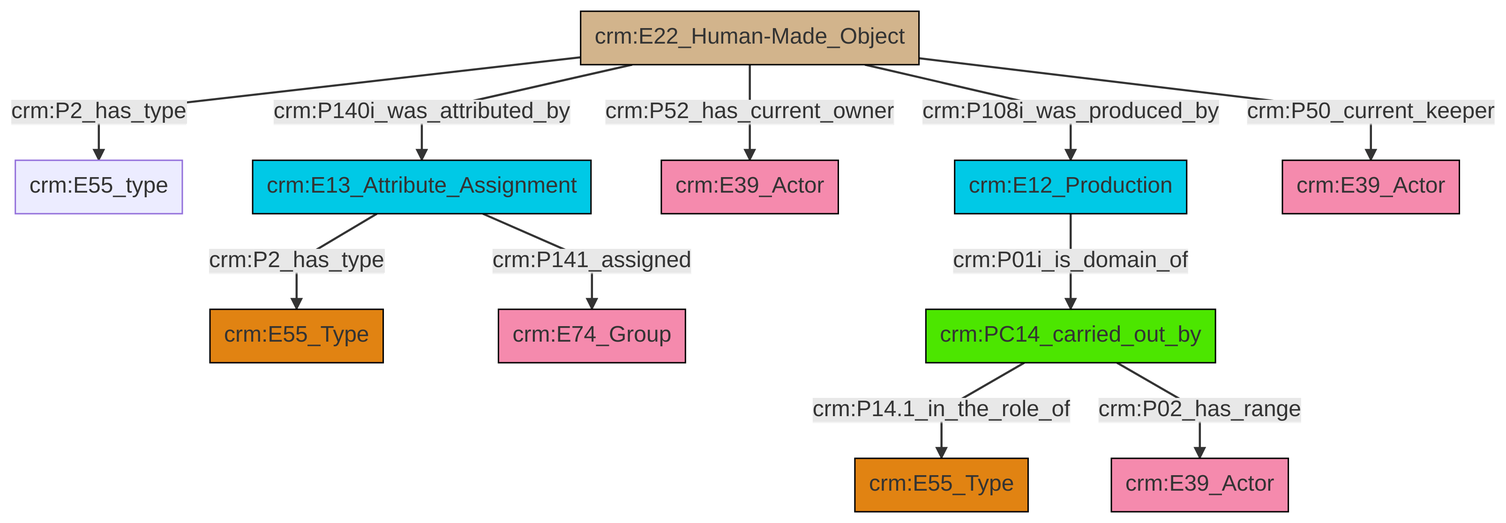
swiss-art-research-net/docs.swissartresearch keeps this Mermaid diagram as et/artworkCSV/ttl/mmd/png/Artwork_Actor_Relations.png. Above is the earlier version. Its source is kept beside it as et/artworkCSV/ttl/mmd/Artwork_Actor_Relations.ttl.mmd.
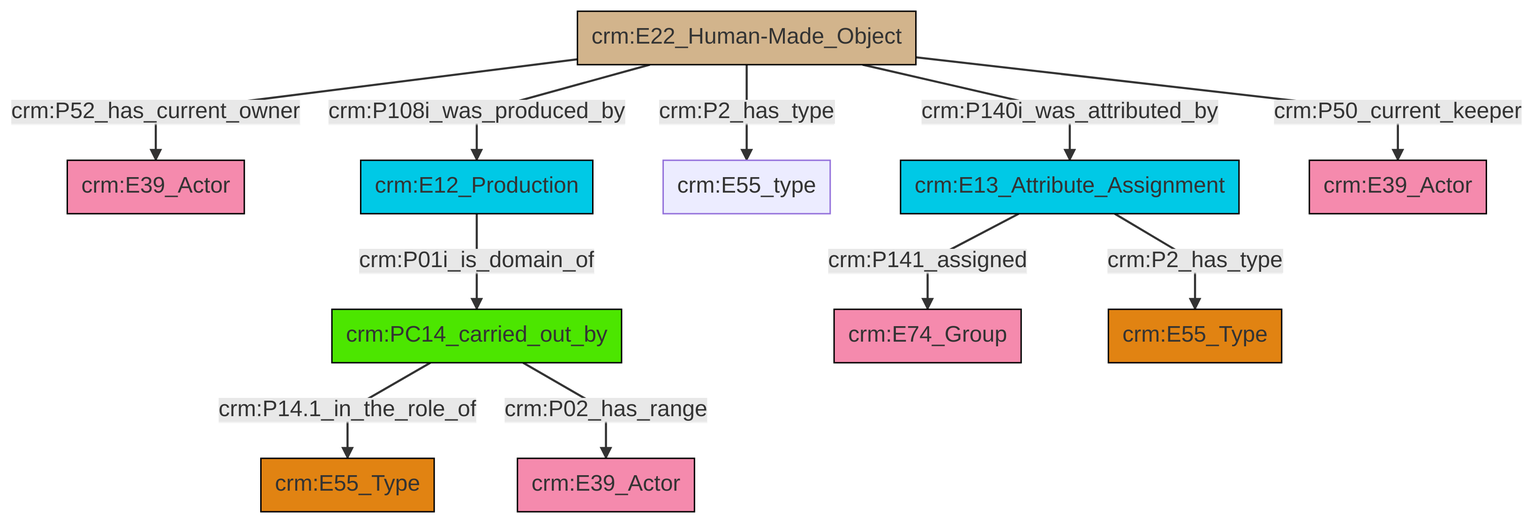
After the commit.

Change to the diagram source:
```diff
@@ -13,13 +13,13 @@
 classDef PC_Classes fill:#4ce600, stroke:#000000;
 classDef Multi fill:#cccccc,stroke:#000000;
 
-2["crm:E13_Attribute_Assignment"]:::Temporal_Entity -->|crm:P2_has_type| 3["crm:E55_Type"]:::Type
-4["crm:E22_Human-Made_Object"]:::Physical_Thing -->|crm:P2_has_type| 8["crm:E55_type"]:::Default
-12["crm:PC14_carried_out_by"]:::PC_Classes -->|crm:P14.1_in_the_role_of| 10["crm:E55_Type"]:::Type
-4["crm:E22_Human-Made_Object"]:::Physical_Thing -->|crm:P140i_was_attributed_by| 2["crm:E13_Attribute_Assignment"]:::Temporal_Entity
-15["crm:E12_Production"]:::Temporal_Entity -->|crm:P01i_is_domain_of| 12["crm:PC14_carried_out_by"]:::PC_Classes
-12["crm:PC14_carried_out_by"]:::PC_Classes -->|crm:P02_has_range| 6["crm:E39_Actor"]:::Actor
-2["crm:E13_Attribute_Assignment"]:::Temporal_Entity -->|crm:P141_assigned| 13["crm:E74_Group"]:::Actor
-4["crm:E22_Human-Made_Object"]:::Physical_Thing -->|crm:P52_has_current_owner| 16["crm:E39_Actor"]:::Actor
-4["crm:E22_Human-Made_Object"]:::Physical_Thing -->|crm:P108i_was_produced_by| 15["crm:E12_Production"]:::Temporal_Entity
-4["crm:E22_Human-Made_Object"]:::Physical_Thing -->|crm:P50_current_keeper| 0["crm:E39_Actor"]:::Actor
+10["crm:E13_Attribute_Assignment"]:::Temporal_Entity -->|crm:P2_has_type| 11["crm:E55_Type"]:::Type
+2["crm:PC14_carried_out_by"]:::PC_Classes -->|crm:P14.1_in_the_role_of| 8["crm:E55_Type"]:::Type
+0["crm:E22_Human-Made_Object"]:::Physical_Thing -->|crm:P140i_was_attributed_by| 10["crm:E13_Attribute_Assignment"]:::Temporal_Entity
+0["crm:E22_Human-Made_Object"]:::Physical_Thing -->|crm:P52_has_current_owner| 4["crm:E39_Actor"]:::Actor
+0["crm:E22_Human-Made_Object"]:::Physical_Thing -->|crm:P50_current_keeper| 20["crm:E39_Actor"]:::Actor
+2["crm:PC14_carried_out_by"]:::PC_Classes -->|crm:P02_has_range| 15["crm:E39_Actor"]:::Actor
+0["crm:E22_Human-Made_Object"]:::Physical_Thing -->|crm:P2_has_type| 12["crm:E55_type"]:::Default
+17["crm:E12_Production"]:::Temporal_Entity -->|crm:P01i_is_domain_of| 2["crm:PC14_carried_out_by"]:::PC_Classes
+0["crm:E22_Human-Made_Object"]:::Physical_Thing -->|crm:P108i_was_produced_by| 17["crm:E12_Production"]:::Temporal_Entity
+10["crm:E13_Attribute_Assignment"]:::Temporal_Entity -->|crm:P141_assigned| 6["crm:E74_Group"]:::Actor
```
